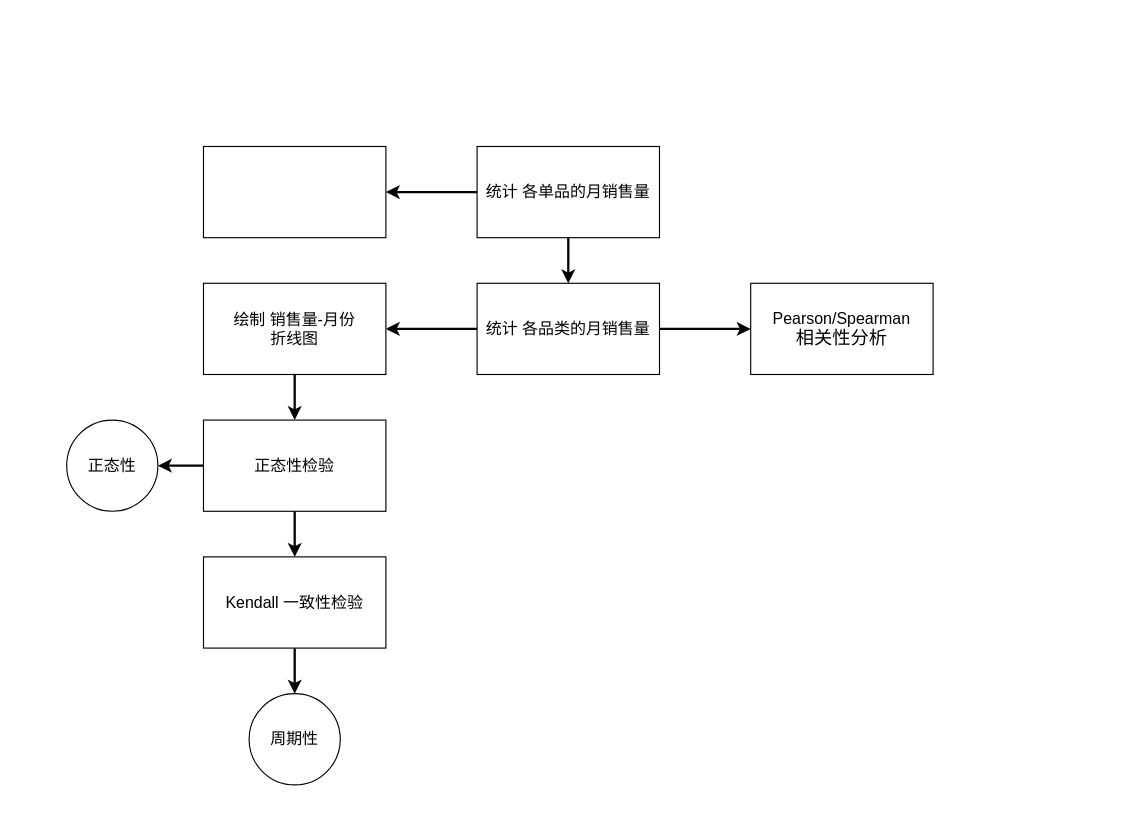
Before: map/q1.drawio in msqtt/Sources, a draw.io diagram. Source tidied: cells renumbered, new cells numbered last; positions are measured from the earlier drawing's top-left corner, leaving out a move shared by most shapes. Both pictures are drawn from the tidied source at 114%, with x=0, y=0 at pixel (66, 146).
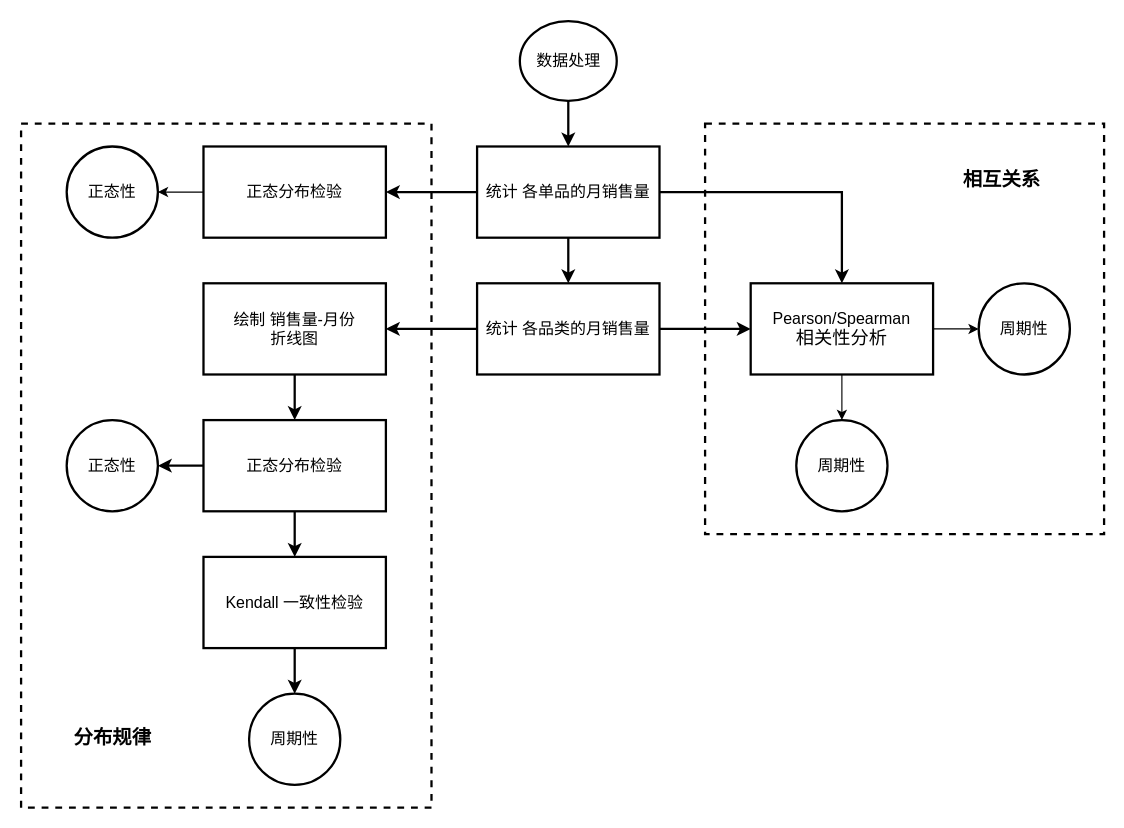
Above is the later version.

Diff of the diagram source:
```diff
@@
+    <mxCell id="19" style="rounded=0;whiteSpace=wrap;html=1;fillColor=none;dashed=1;strokeWidth=2;" parent="1" vertex="1">
+      <mxGeometry x="560" y="-20" width="350" height="360" as="geometry" />
+    </mxCell>
+    <mxCell id="20" style="rounded=0;whiteSpace=wrap;html=1;fillColor=none;dashed=1;strokeWidth=2;" parent="1" vertex="1">
+      <mxGeometry x="-40" y="-20" width="360" height="600" as="geometry" />
+    </mxCell>
@@
+    <mxCell id="21" style="edgeStyle=orthogonalEdgeStyle;rounded=0;jettySize=auto;html=1;entryX=0.5;entryY=0;entryDx=0;entryDy=0;fontSize=12;strokeWidth=2;" parent="1" edge="1" source="4" target="10">
+      <mxGeometry relative="1" as="geometry" />
+    </mxCell>
-    <mxCell id="4" value="统计 各单品的月销售量" style="rounded=0;whiteSpace=wrap;html=1;fontSize=14;" parent="1" vertex="1">
+    <mxCell id="4" value="统计 各单品的月销售量" style="rounded=0;whiteSpace=wrap;html=1;fontSize=14;strokeWidth=2;" parent="1" vertex="1">
       <mxGeometry x="360" width="160" height="80" as="geometry" />
     </mxCell>
@@
-    <mxCell id="7" value="统计 各品类的月销售量" style="rounded=0;whiteSpace=wrap;html=1;fontSize=14;" parent="1" vertex="1">
+    <mxCell id="7" value="统计 各品类的月销售量" style="rounded=0;whiteSpace=wrap;html=1;fontSize=14;strokeWidth=2;" parent="1" vertex="1">
       <mxGeometry x="360" y="120" width="160" height="80" as="geometry" />
     </mxCell>
@@
-    <mxCell id="9" value="&lt;div&gt;绘制 销售量-月份&lt;/div&gt;&lt;div&gt;折线图&lt;/div&gt;" style="rounded=0;whiteSpace=wrap;html=1;fontSize=14;" parent="1" vertex="1">
+    <mxCell id="9" value="&lt;div&gt;绘制 销售量-月份&lt;/div&gt;&lt;div&gt;折线图&lt;/div&gt;" style="rounded=0;whiteSpace=wrap;html=1;fontSize=14;strokeWidth=2;" parent="1" vertex="1">
       <mxGeometry x="120" y="120" width="160" height="80" as="geometry" />
     </mxCell>
+    <mxCell id="22" style="edgeStyle=orthogonalEdgeStyle;rounded=0;jettySize=auto;html=1;entryX=0.5;entryY=0;entryDx=0;entryDy=0;" parent="1" edge="1" source="10" target="26">
+      <mxGeometry relative="1" as="geometry" />
+    </mxCell>
+    <mxCell id="23" style="edgeStyle=orthogonalEdgeStyle;rounded=0;jettySize=auto;html=1;entryX=0;entryY=0.5;entryDx=0;entryDy=0;" parent="1" edge="1" source="10" target="27">
+      <mxGeometry relative="1" as="geometry" />
+    </mxCell>
-    <mxCell id="10" value="&lt;div&gt;Pearson/Spearman&lt;/div&gt;&lt;div style=&quot;font-size: 16px;&quot;&gt;相关性分析&lt;br&gt;&lt;/div&gt;" style="rounded=0;whiteSpace=wrap;html=1;fontSize=14;" parent="1" vertex="1">
+    <mxCell id="10" value="&lt;div&gt;Pearson/Spearman&lt;/div&gt;&lt;div style=&quot;font-size: 16px;&quot;&gt;相关性分析&lt;br&gt;&lt;/div&gt;" style="rounded=0;whiteSpace=wrap;html=1;fontSize=14;strokeWidth=2;" parent="1" vertex="1">
       <mxGeometry x="600" y="120" width="160" height="80" as="geometry" />
     </mxCell>
@@
-    <mxCell id="13" value="正态性检验" style="rounded=0;whiteSpace=wrap;html=1;fontSize=14;" parent="1" vertex="1">
+    <mxCell id="13" value="正态分布检验" style="rounded=0;whiteSpace=wrap;html=1;fontSize=14;strokeWidth=2;" parent="1" vertex="1">
       <mxGeometry x="120" y="240" width="160" height="80" as="geometry" />
     </mxCell>
@@
-    <mxCell id="15" value="&lt;div&gt;Kendall 一致性检验&lt;/div&gt;" style="rounded=0;whiteSpace=wrap;html=1;fontSize=14;" parent="1" vertex="1">
+    <mxCell id="15" value="&lt;div&gt;Kendall 一致性检验&lt;/div&gt;" style="rounded=0;whiteSpace=wrap;html=1;fontSize=14;strokeWidth=2;" parent="1" vertex="1">
       <mxGeometry x="120" y="360" width="160" height="80" as="geometry" />
     </mxCell>
+    <mxCell id="24" style="edgeStyle=orthogonalEdgeStyle;rounded=0;jettySize=auto;html=1;entryX=1;entryY=0.5;entryDx=0;entryDy=0;" parent="1" edge="1" source="16" target="25">
+      <mxGeometry relative="1" as="geometry" />
+    </mxCell>
-    <mxCell id="16" style="rounded=0;whiteSpace=wrap;html=1;" parent="1" vertex="1">
+    <mxCell id="16" value="正态分布检验" style="rounded=0;whiteSpace=wrap;html=1;strokeWidth=2;fontSize=14;" parent="1" vertex="1">
       <mxGeometry x="120" width="160" height="80" as="geometry" />
     </mxCell>
-    <mxCell id="17" value="周期性" style="ellipse;whiteSpace=wrap;html=1;fontSize=14;" parent="1" vertex="1">
+    <mxCell id="17" value="周期性" style="ellipse;whiteSpace=wrap;html=1;fontSize=14;strokeWidth=2;" parent="1" vertex="1">
       <mxGeometry x="160" y="480" width="80" height="80" as="geometry" />
     </mxCell>
-    <mxCell id="18" value="正态性" style="ellipse;whiteSpace=wrap;html=1;fontSize=14;" parent="1" vertex="1">
+    <mxCell id="18" value="正态性" style="ellipse;whiteSpace=wrap;html=1;fontSize=14;strokeWidth=2;" parent="1" vertex="1">
       <mxGeometry y="240" width="80" height="80" as="geometry" />
     </mxCell>
+    <mxCell id="25" value="正态性" style="ellipse;whiteSpace=wrap;html=1;fontSize=14;strokeWidth=2;" parent="1" vertex="1">
+      <mxGeometry width="80" height="80" as="geometry" />
+    </mxCell>
+    <mxCell id="26" value="周期性" style="ellipse;whiteSpace=wrap;html=1;fontSize=14;strokeWidth=2;" parent="1" vertex="1">
+      <mxGeometry x="640" y="240" width="80" height="80" as="geometry" />
+    </mxCell>
+    <mxCell id="27" value="周期性" style="ellipse;whiteSpace=wrap;html=1;fontSize=14;strokeWidth=2;" parent="1" vertex="1">
+      <mxGeometry x="800" y="120" width="80" height="80" as="geometry" />
+    </mxCell>
+    <mxCell id="28" value="分布规律" style="text;strokeColor=none;fillColor=none;html=1;fontSize=17;fontStyle=1;verticalAlign=middle;align=center;" parent="1" vertex="1">
+      <mxGeometry x="-10" y="500" width="100" height="40" as="geometry" />
+    </mxCell>
+    <mxCell id="29" value="相互关系" style="text;strokeColor=none;fillColor=none;html=1;fontSize=17;fontStyle=1;verticalAlign=middle;align=center;" parent="1" vertex="1">
+      <mxGeometry x="770" y="10" width="100" height="40" as="geometry" />
+    </mxCell>
+    <mxCell id="30" style="edgeStyle=orthogonalEdgeStyle;rounded=0;jettySize=auto;html=1;entryX=0.5;entryY=0;entryDx=0;entryDy=0;strokeWidth=2;" parent="1" edge="1" source="31" target="4">
+      <mxGeometry relative="1" as="geometry" />
+    </mxCell>
+    <mxCell id="31" value="数据处理" style="ellipse;whiteSpace=wrap;html=1;strokeWidth=2;fontSize=14;" parent="1" vertex="1">
+      <mxGeometry x="397.5" y="-110" width="85" height="70" as="geometry" />
+    </mxCell>
```
